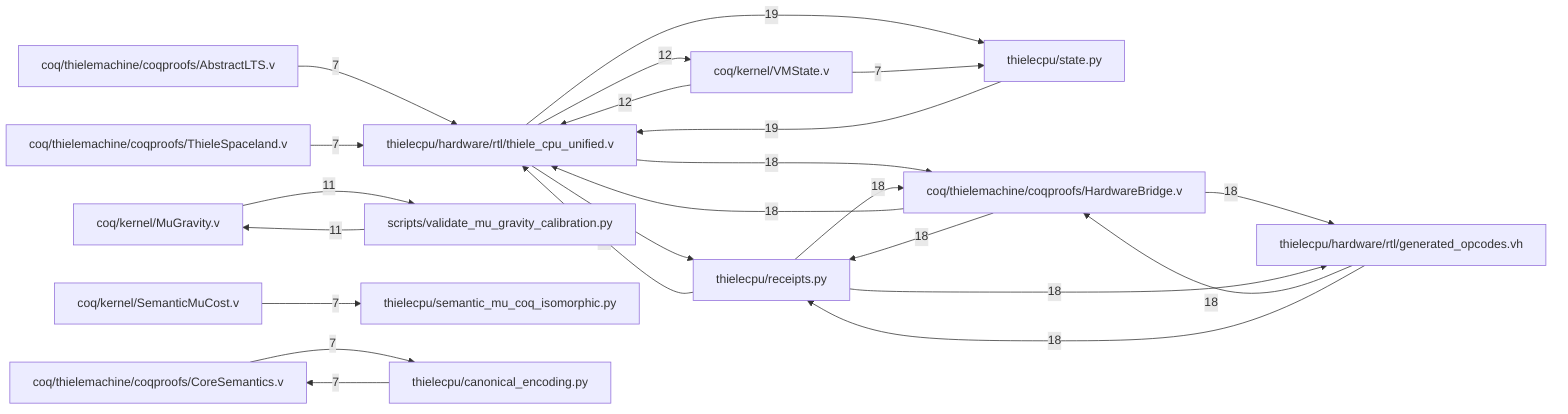
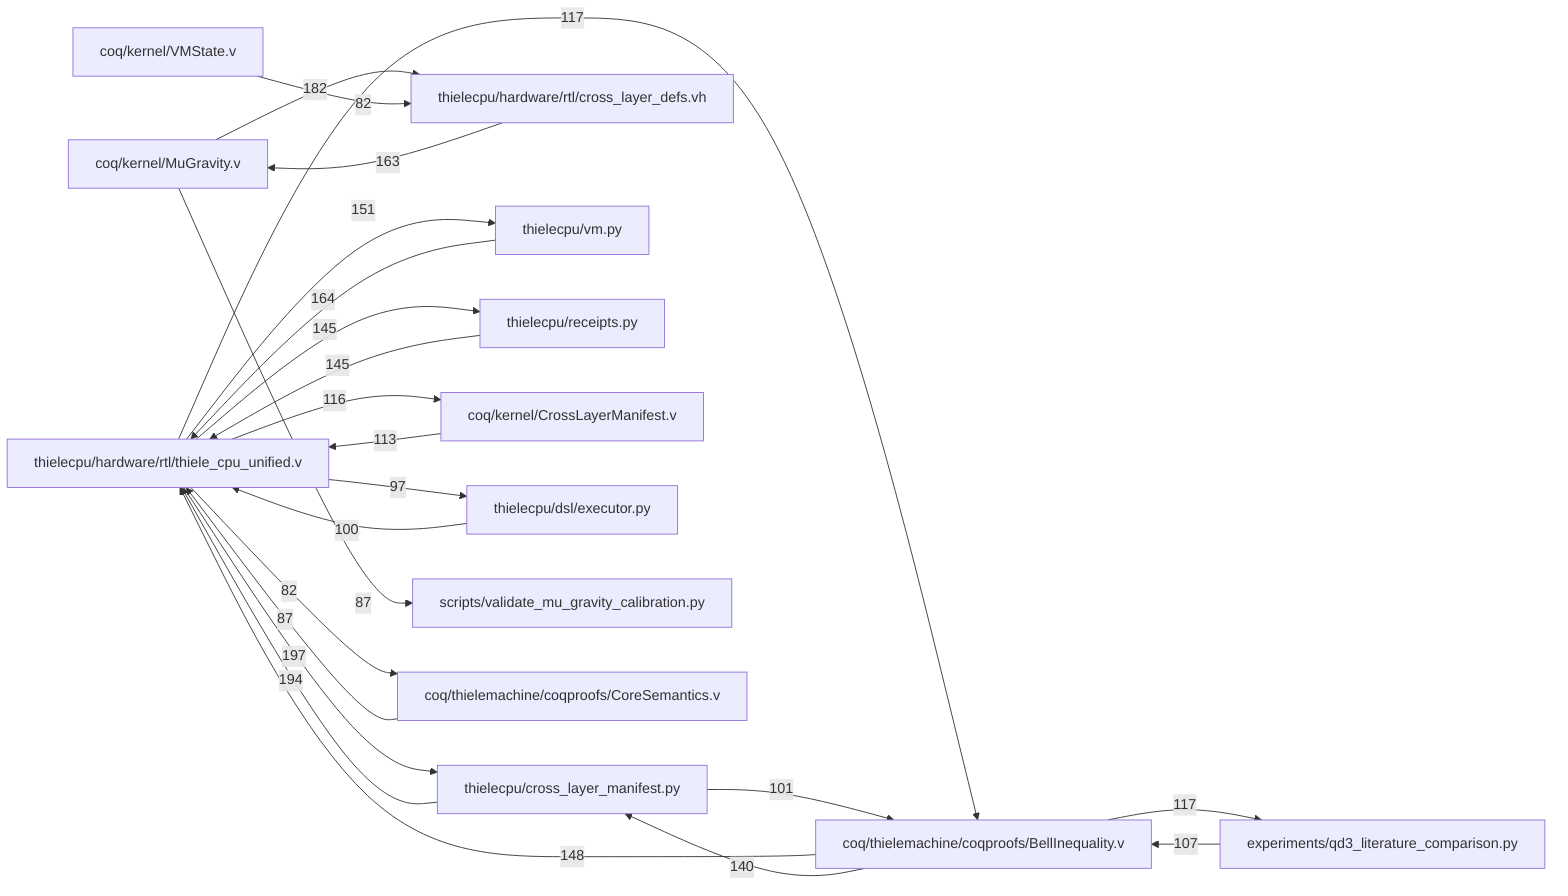
flowchart LR
  N1["thielecpu/hardware/rtl/thiele_cpu_unified.v"]
-   N2["thielecpu/receipts.py"]
-   N1 -->|40| N2
-   N2["thielecpu/receipts.py"]
+   N2["thielecpu/cross_layer_manifest.py"]
+   N1 -->|197| N2
+   N2["thielecpu/cross_layer_manifest.py"]
  N1["thielecpu/hardware/rtl/thiele_cpu_unified.v"]
-   N2 -->|40| N1
+   N2 -->|194| N1
+   N3["coq/kernel/MuGravity.v"]
+   N4["thielecpu/hardware/rtl/cross_layer_defs.vh"]
+   N3 -->|182| N4
+   N5["thielecpu/vm.py"]
  N1["thielecpu/hardware/rtl/thiele_cpu_unified.v"]
-   N3["thielecpu/state.py"]
-   N1 -->|19| N3
-   N3["thielecpu/state.py"]
+   N5 -->|164| N1
+   N4["thielecpu/hardware/rtl/cross_layer_defs.vh"]
+   N3["coq/kernel/MuGravity.v"]
+   N4 -->|163| N3
  N1["thielecpu/hardware/rtl/thiele_cpu_unified.v"]
-   N3 -->|19| N1
-   N4["coq/thielemachine/coqproofs/HardwareBridge.v"]
-   N5["thielecpu/hardware/rtl/generated_opcodes.vh"]
-   N4 -->|18| N5
-   N4["coq/thielemachine/coqproofs/HardwareBridge.v"]
+   N5["thielecpu/vm.py"]
+   N1 -->|151| N5
+   N6["coq/thielemachine/coqproofs/BellInequality.v"]
  N1["thielecpu/hardware/rtl/thiele_cpu_unified.v"]
-   N4 -->|18| N1
-   N4["coq/thielemachine/coqproofs/HardwareBridge.v"]
-   N2["thielecpu/receipts.py"]
-   N4 -->|18| N2
-   N5["thielecpu/hardware/rtl/generated_opcodes.vh"]
-   N4["coq/thielemachine/coqproofs/HardwareBridge.v"]
-   N5 -->|18| N4
-   N5["thielecpu/hardware/rtl/generated_opcodes.vh"]
-   N2["thielecpu/receipts.py"]
-   N5 -->|18| N2
+   N6 -->|148| N1
  N1["thielecpu/hardware/rtl/thiele_cpu_unified.v"]
-   N4["coq/thielemachine/coqproofs/HardwareBridge.v"]
-   N1 -->|18| N4
-   N2["thielecpu/receipts.py"]
-   N4["coq/thielemachine/coqproofs/HardwareBridge.v"]
-   N2 -->|18| N4
-   N2["thielecpu/receipts.py"]
-   N5["thielecpu/hardware/rtl/generated_opcodes.vh"]
-   N2 -->|18| N5
-   N6["coq/kernel/VMState.v"]
+   N7["thielecpu/receipts.py"]
+   N1 -->|145| N7
+   N7["thielecpu/receipts.py"]
  N1["thielecpu/hardware/rtl/thiele_cpu_unified.v"]
-   N6 -->|12| N1
+   N7 -->|145| N1
+   N6["coq/thielemachine/coqproofs/BellInequality.v"]
+   N2["thielecpu/cross_layer_manifest.py"]
+   N6 -->|140| N2
+   N6["coq/thielemachine/coqproofs/BellInequality.v"]
+   N8["experiments/qd3_literature_comparison.py"]
+   N6 -->|117| N8
  N1["thielecpu/hardware/rtl/thiele_cpu_unified.v"]
-   N6["coq/kernel/VMState.v"]
-   N1 -->|12| N6
-   N7["coq/kernel/MuGravity.v"]
-   N8["scripts/validate_mu_gravity_calibration.py"]
-   N7 -->|11| N8
-   N8["scripts/validate_mu_gravity_calibration.py"]
-   N7["coq/kernel/MuGravity.v"]
-   N8 -->|11| N7
-   N9["coq/kernel/SemanticMuCost.v"]
-   N10["thielecpu/semantic_mu_coq_isomorphic.py"]
-   N9 -->|7| N10
-   N6["coq/kernel/VMState.v"]
-   N3["thielecpu/state.py"]
-   N6 -->|7| N3
-   N11["coq/thielemachine/coqproofs/AbstractLTS.v"]
+   N6["coq/thielemachine/coqproofs/BellInequality.v"]
+   N1 -->|117| N6
  N1["thielecpu/hardware/rtl/thiele_cpu_unified.v"]
-   N11 -->|7| N1
+   N9["coq/kernel/CrossLayerManifest.v"]
+   N1 -->|116| N9
+   N9["coq/kernel/CrossLayerManifest.v"]
+   N1["thielecpu/hardware/rtl/thiele_cpu_unified.v"]
+   N9 -->|113| N1
+   N8["experiments/qd3_literature_comparison.py"]
+   N6["coq/thielemachine/coqproofs/BellInequality.v"]
+   N8 -->|107| N6
+   N2["thielecpu/cross_layer_manifest.py"]
+   N6["coq/thielemachine/coqproofs/BellInequality.v"]
+   N2 -->|101| N6
+   N10["thielecpu/dsl/executor.py"]
+   N1["thielecpu/hardware/rtl/thiele_cpu_unified.v"]
+   N10 -->|100| N1
+   N1["thielecpu/hardware/rtl/thiele_cpu_unified.v"]
+   N10["thielecpu/dsl/executor.py"]
+   N1 -->|97| N10
+   N3["coq/kernel/MuGravity.v"]
+   N11["scripts/validate_mu_gravity_calibration.py"]
+   N3 -->|87| N11
  N12["coq/thielemachine/coqproofs/CoreSemantics.v"]
-   N13["thielecpu/canonical_encoding.py"]
-   N12 -->|7| N13
-   N14["coq/thielemachine/coqproofs/ThieleSpaceland.v"]
  N1["thielecpu/hardware/rtl/thiele_cpu_unified.v"]
-   N14 -->|7| N1
-   N13["thielecpu/canonical_encoding.py"]
+   N12 -->|87| N1
+   N13["coq/kernel/VMState.v"]
+   N4["thielecpu/hardware/rtl/cross_layer_defs.vh"]
+   N13 -->|82| N4
+   N1["thielecpu/hardware/rtl/thiele_cpu_unified.v"]
  N12["coq/thielemachine/coqproofs/CoreSemantics.v"]
-   N13 -->|7| N12
+   N1 -->|82| N12
